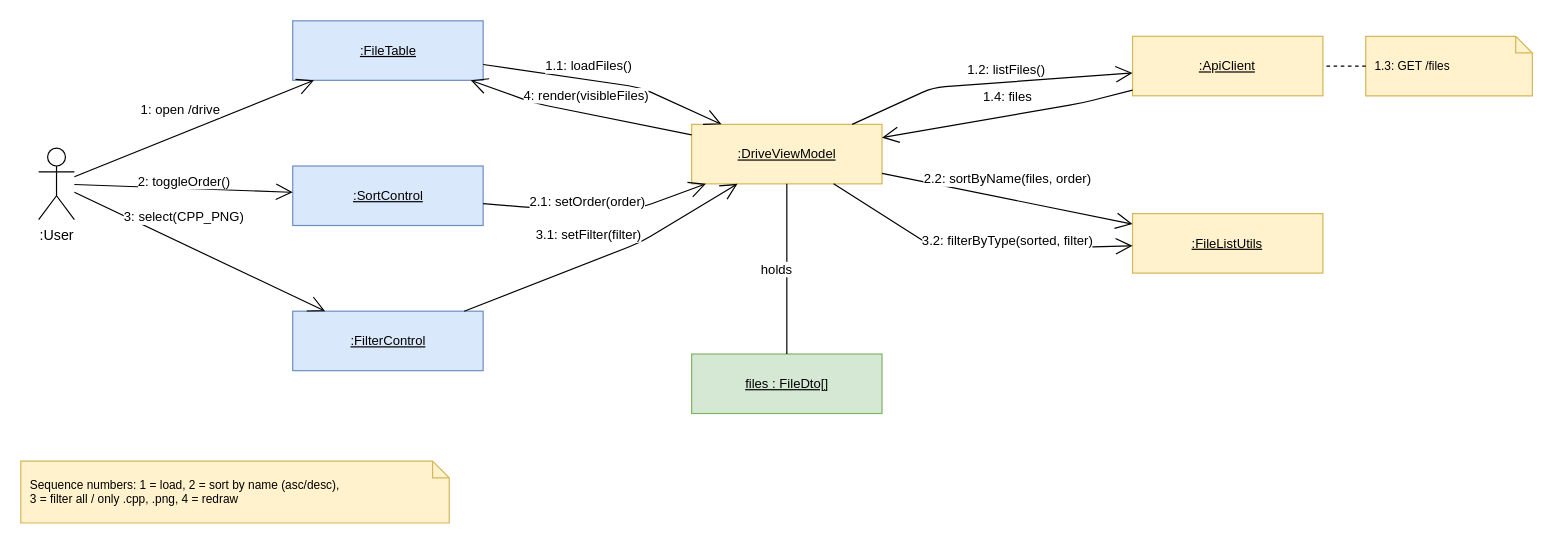
This is docs/uml/drawio/11-communication-sort-filter.drawio from AIAvenger1/minidrive, a draw.io file, before an edit. Source tidied: cells renumbered, new cells numbered last; positions are measured from the earlier drawing's top-left corner, leaving out a move shared by most shapes. Both pictures are drawn from the tidied source at 119%, with x=0, y=0 at pixel (20, 20).
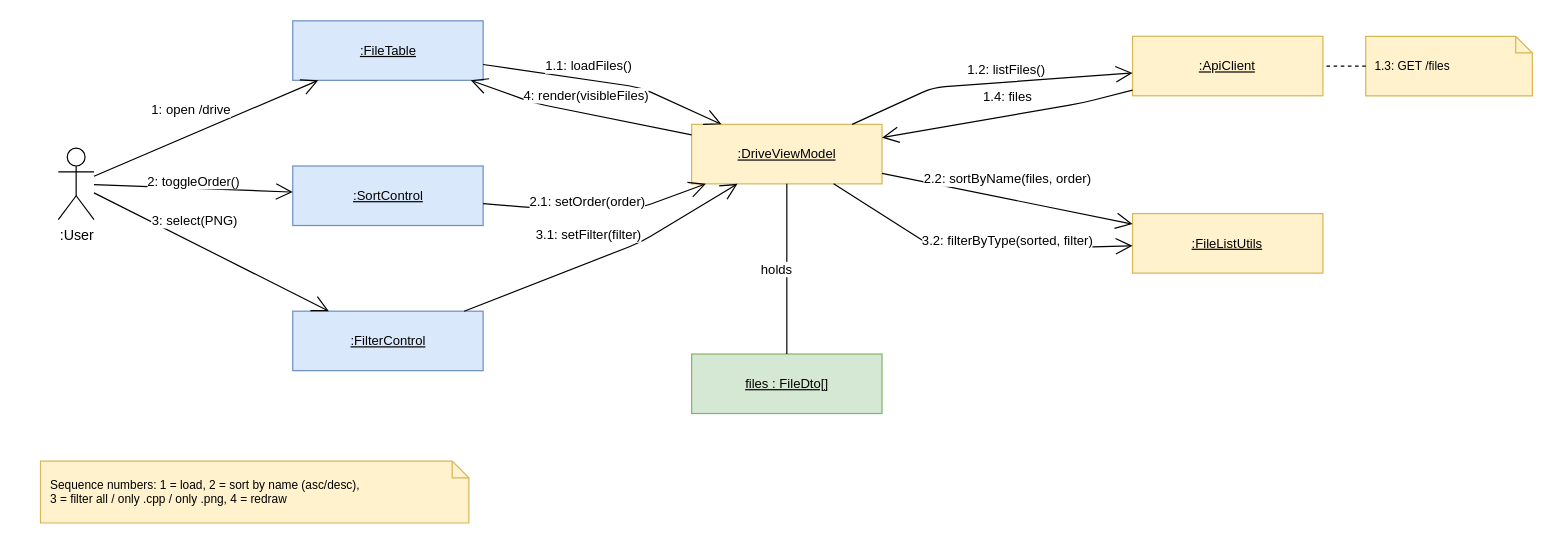
The same diagram, later.

The change refers to these unchanged cells:
```xml
<mxCell id="3" value=":FileTable" style="rounded=0;whiteSpace=wrap;html=1;fontSize=11;fillColor=#dae8fc;strokeColor=#6c8ebf;fontStyle=4;" parent="1" vertex="1">
  <mxGeometry x="228.5" width="160" height="50" as="geometry" />
</mxCell>
<mxCell id="5" value=":FilterControl" style="rounded=0;whiteSpace=wrap;html=1;fontSize=11;fillColor=#dae8fc;strokeColor=#6c8ebf;fontStyle=4;" parent="1" vertex="1">
  <mxGeometry x="228.5" y="244" width="160" height="50" as="geometry" />
</mxCell>
```

What changed in the source:
```diff
@@
     <mxCell id="2" value=":User" style="shape=umlActor;verticalLabelPosition=bottom;verticalAlign=top;html=1;outlineConnect=0;" parent="1" vertex="1">
-      <mxGeometry x="15" y="107" width="30" height="60" as="geometry" />
+      <mxGeometry x="31.5" y="107" width="30" height="60" as="geometry" />
     </mxCell>
@@
-    <mxCell id="11" value="Sequence numbers: 1 = load, 2 = sort by name (asc/desc),&lt;br&gt;3 = filter all / only .cpp, .png, 4 = redraw" style="shape=note;whiteSpace=wrap;html=1;size=14;align=left;spacingLeft=6;spacingRight=10;fontSize=10;fillColor=#fff2cc;strokeColor=#d6b656;" parent="1" vertex="1">
-      <mxGeometry y="370" width="360" height="52" as="geometry" />
+    <mxCell id="11" value="Sequence numbers: 1 = load, 2 = sort by name (asc/desc),&lt;br&gt;3 = filter all / only .cpp / only .png, 4 = redraw" style="shape=note;whiteSpace=wrap;html=1;size=14;align=left;spacingLeft=6;spacingRight=10;fontSize=10;fillColor=#fff2cc;strokeColor=#d6b656;" parent="1" vertex="1">
+      <mxGeometry x="16.5" y="370" width="360" height="52" as="geometry" />
     </mxCell>
     <mxCell id="12" value="1: open /drive" style="endArrow=open;endSize=12;endFill=0;html=1;labelBackgroundColor=#ffffff;edgeStyle=none;" parent="1" edge="1" source="2" target="3">
-      <mxGeometry x="-0.04" relative="1" as="geometry">
-        <mxPoint x="-7.5" y="-17" as="offset" />
+      <mxGeometry x="-0.05" relative="1" as="geometry">
+        <mxPoint x="-8.1" y="-17.2" as="offset" />
       </mxGeometry>
     </mxCell>
@@
-    <mxCell id="19" value="3: select(CPP_PNG)" style="endArrow=open;endSize=12;endFill=0;html=1;labelBackgroundColor=#ffffff;edgeStyle=none;" parent="1" edge="1" source="2" target="5">
-      <mxGeometry x="-0.2" relative="1" as="geometry">
-        <mxPoint x="8.4" y="-19.1" as="offset" />
+    <mxCell id="19" value="3: select(PNG)" style="endArrow=open;endSize=12;endFill=0;html=1;labelBackgroundColor=#ffffff;edgeStyle=none;" parent="1" edge="1" source="2" target="5">
+      <mxGeometry x="-0.22" relative="1" as="geometry">
+        <mxPoint x="7.2" y="-15.4" as="offset" />
       </mxGeometry>
     </mxCell>
```
